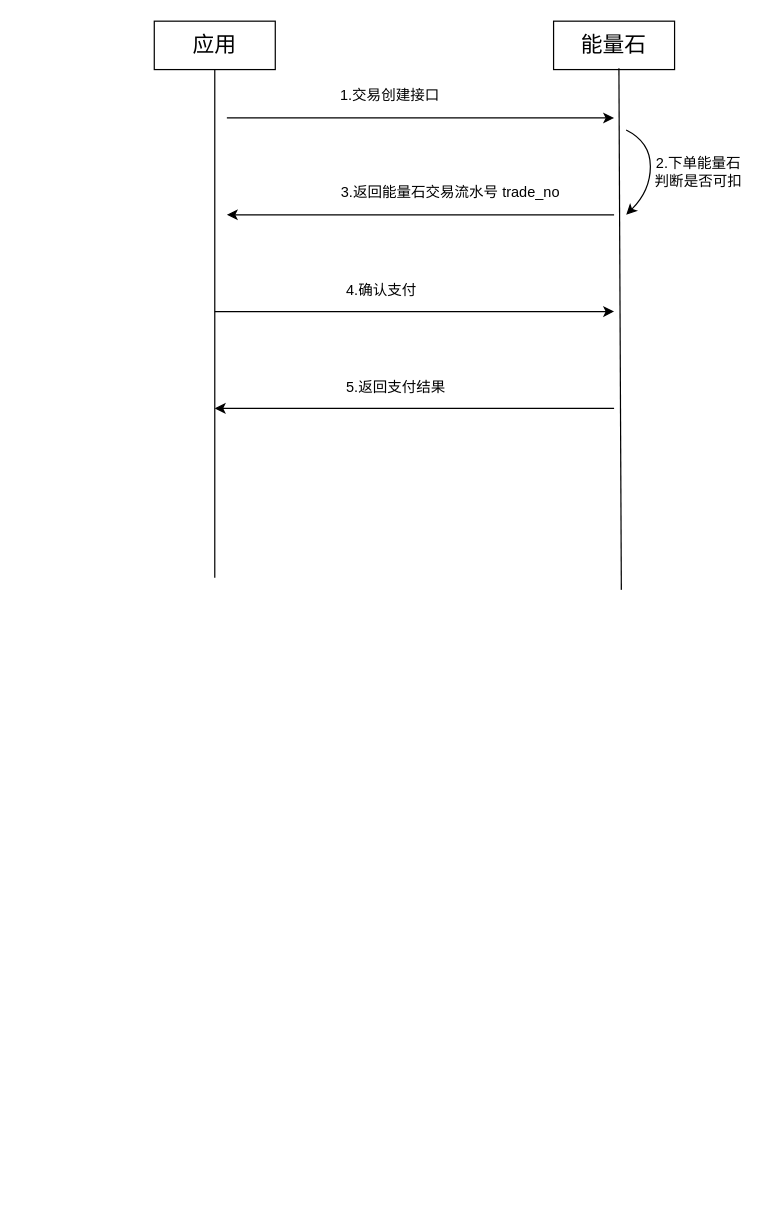
The draw.io diagram Untitled Diagram.drawio in MISS-COOKER/ForPrivate, before the edit. Source tidied: cells renumbered, new cells numbered last; positions are measured from the earlier drawing's top-left corner, leaving out a move shared by most shapes. Both pictures are drawn from the tidied source at 121%, with x=0, y=0 at pixel (154, 21).
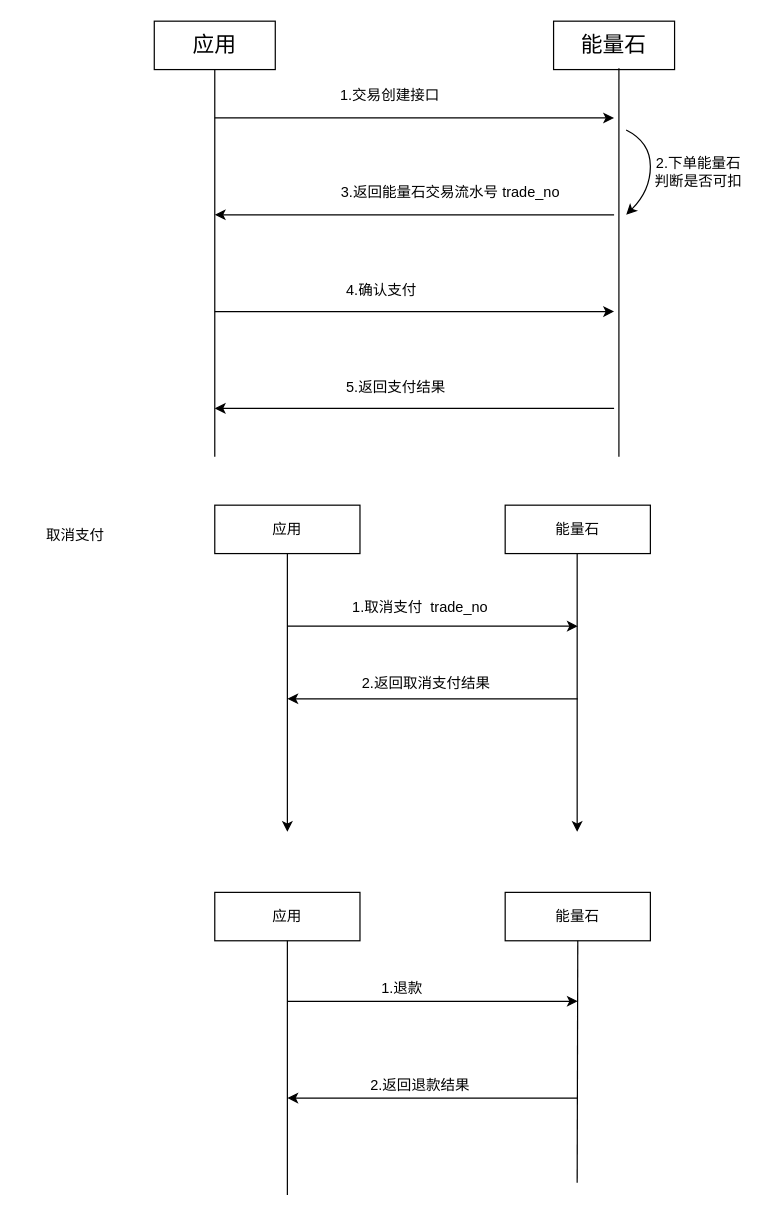
The same page after the edit.

Unchanged cells that the change refers to:
```xml
<mxCell id="2" value="&lt;font style=&quot;font-size: 18px&quot;&gt;应用&lt;/font&gt;" style="rounded=0;whiteSpace=wrap;html=1;" parent="1" vertex="1">
  <mxGeometry width="100" height="40" as="geometry" />
</mxCell>
```

Diff of the diagram source:
```diff
@@
     <mxCell id="4" style="endArrow=none;html=1;entryX=0.5;entryY=1;entryDx=0;entryDy=0;" parent="1" edge="1" target="2">
       <mxGeometry relative="1" as="geometry">
-        <mxPoint x="50" y="460" as="sourcePoint" />
+        <mxPoint x="50" y="360" as="sourcePoint" />
       </mxGeometry>
     </mxCell>
     <mxCell id="5" style="endArrow=none;html=1;entryX=0.4;entryY=0.975;entryDx=0;entryDy=0;entryPerimeter=0;" parent="1" edge="1">
       <mxGeometry relative="1" as="geometry">
-        <mxPoint x="386" y="470" as="sourcePoint" />
+        <mxPoint x="384" y="360" as="sourcePoint" />
         <mxPoint x="384" y="39" as="targetPoint" />
       </mxGeometry>
     </mxCell>
     <mxCell id="6" style="endArrow=classic;html=1;" parent="1" edge="1">
       <mxGeometry relative="1" as="geometry">
-        <mxPoint x="60" y="80" as="sourcePoint" />
+        <mxPoint x="50" y="80" as="sourcePoint" />
         <mxPoint x="380" y="80" as="targetPoint" />
       </mxGeometry>
     </mxCell>
@@
     <mxCell id="8" style="endArrow=classic;html=1;" parent="1" edge="1">
       <mxGeometry relative="1" as="geometry">
         <mxPoint x="380" y="160" as="sourcePoint" />
-        <mxPoint x="60" y="160" as="targetPoint" />
+        <mxPoint x="50" y="160" as="targetPoint" />
       </mxGeometry>
     </mxCell>
@@
+    <mxCell id="16" value="应用" style="rounded=0;whiteSpace=wrap;html=1;" parent="1" vertex="1">
+      <mxGeometry x="50" y="400" width="120" height="40" as="geometry" />
+    </mxCell>
+    <mxCell id="17" value="能量石" style="rounded=0;whiteSpace=wrap;html=1;" parent="1" vertex="1">
+      <mxGeometry x="290" y="400" width="120" height="40" as="geometry" />
+    </mxCell>
+    <mxCell id="18" value="取消支付" style="text;html=1;strokeColor=none;fillColor=none;align=center;verticalAlign=middle;whiteSpace=wrap;rounded=0;" parent="1" vertex="1">
+      <mxGeometry x="-110" y="400" width="90" height="50" as="geometry" />
+    </mxCell>
+    <mxCell id="19" style="endArrow=classic;html=1;exitX=0.5;exitY=1;exitDx=0;exitDy=0;" parent="1" edge="1" source="16">
+      <mxGeometry relative="1" as="geometry">
+        <mxPoint x="110" y="670" as="targetPoint" />
+      </mxGeometry>
+    </mxCell>
+    <mxCell id="20" style="endArrow=classic;html=1;exitX=0.5;exitY=1;exitDx=0;exitDy=0;" parent="1" edge="1">
+      <mxGeometry relative="1" as="geometry">
+        <mxPoint x="349.5" y="440" as="sourcePoint" />
+        <mxPoint x="349.5" y="670" as="targetPoint" />
+      </mxGeometry>
+    </mxCell>
+    <mxCell id="21" style="endArrow=classic;html=1;" parent="1" edge="1">
+      <mxGeometry relative="1" as="geometry">
+        <mxPoint x="110" y="500" as="sourcePoint" />
+        <mxPoint x="350" y="500" as="targetPoint" />
+      </mxGeometry>
+    </mxCell>
+    <mxCell id="22" value="1.取消支付&amp;nbsp; trade_no" style="text;html=1;strokeColor=none;fillColor=none;align=center;verticalAlign=middle;whiteSpace=wrap;rounded=0;" parent="1" vertex="1">
+      <mxGeometry x="160" y="470" width="120" height="30" as="geometry" />
+    </mxCell>
+    <mxCell id="23" style="endArrow=classic;html=1;" parent="1" edge="1">
+      <mxGeometry relative="1" as="geometry">
+        <mxPoint x="350" y="560" as="sourcePoint" />
+        <mxPoint x="110" y="560" as="targetPoint" />
+      </mxGeometry>
+    </mxCell>
+    <mxCell id="24" value="2.返回取消支付结果" style="text;html=1;strokeColor=none;fillColor=none;align=center;verticalAlign=middle;whiteSpace=wrap;rounded=0;" parent="1" vertex="1">
+      <mxGeometry x="170" y="535" width="110" height="25" as="geometry" />
+    </mxCell>
+    <mxCell id="25" value="应用" style="rounded=0;whiteSpace=wrap;html=1;" parent="1" vertex="1">
+      <mxGeometry x="50" y="720" width="120" height="40" as="geometry" />
+    </mxCell>
+    <mxCell id="26" value="能量石" style="rounded=0;whiteSpace=wrap;html=1;" parent="1" vertex="1">
+      <mxGeometry x="290" y="720" width="120" height="40" as="geometry" />
+    </mxCell>
+    <mxCell id="27" style="endArrow=none;html=1;exitX=0.5;exitY=1;exitDx=0;exitDy=0;" parent="1" edge="1" source="25">
+      <mxGeometry relative="1" as="geometry">
+        <mxPoint x="110" y="970" as="targetPoint" />
+      </mxGeometry>
+    </mxCell>
+    <mxCell id="28" style="endArrow=none;html=1;" parent="1" edge="1">
+      <mxGeometry relative="1" as="geometry">
+        <mxPoint x="350" y="760" as="sourcePoint" />
+        <mxPoint x="349.5" y="960" as="targetPoint" />
+      </mxGeometry>
+    </mxCell>
+    <mxCell id="29" style="endArrow=classic;html=1;" parent="1" edge="1">
+      <mxGeometry relative="1" as="geometry">
+        <mxPoint x="110" y="810" as="sourcePoint" />
+        <mxPoint x="350" y="810" as="targetPoint" />
+      </mxGeometry>
+    </mxCell>
+    <mxCell id="30" value="1.退款" style="text;html=1;strokeColor=none;fillColor=none;align=center;verticalAlign=middle;whiteSpace=wrap;rounded=0;" parent="1" vertex="1">
+      <mxGeometry x="185" y="790" width="40" height="20" as="geometry" />
+    </mxCell>
+    <mxCell id="31" style="endArrow=classic;html=1;" parent="1" edge="1">
+      <mxGeometry relative="1" as="geometry">
+        <mxPoint x="350" y="890" as="sourcePoint" />
+        <mxPoint x="110" y="890" as="targetPoint" />
+      </mxGeometry>
+    </mxCell>
+    <mxCell id="32" value="2.返回退款结果" style="text;html=1;strokeColor=none;fillColor=none;align=center;verticalAlign=middle;whiteSpace=wrap;rounded=0;" parent="1" vertex="1">
+      <mxGeometry x="170" y="870" width="100" height="20" as="geometry" />
+    </mxCell>
```
